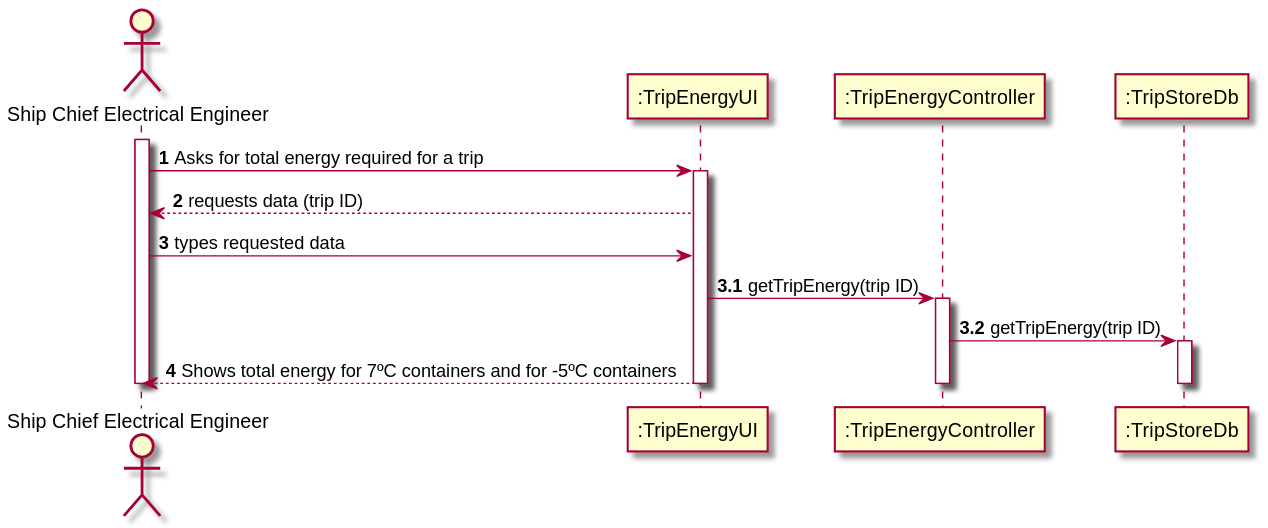
The PlantUML diagram docs/Sprint 4/US/US413/US413_SD.svg in 1190772/LAB-Project-3, before a commit.
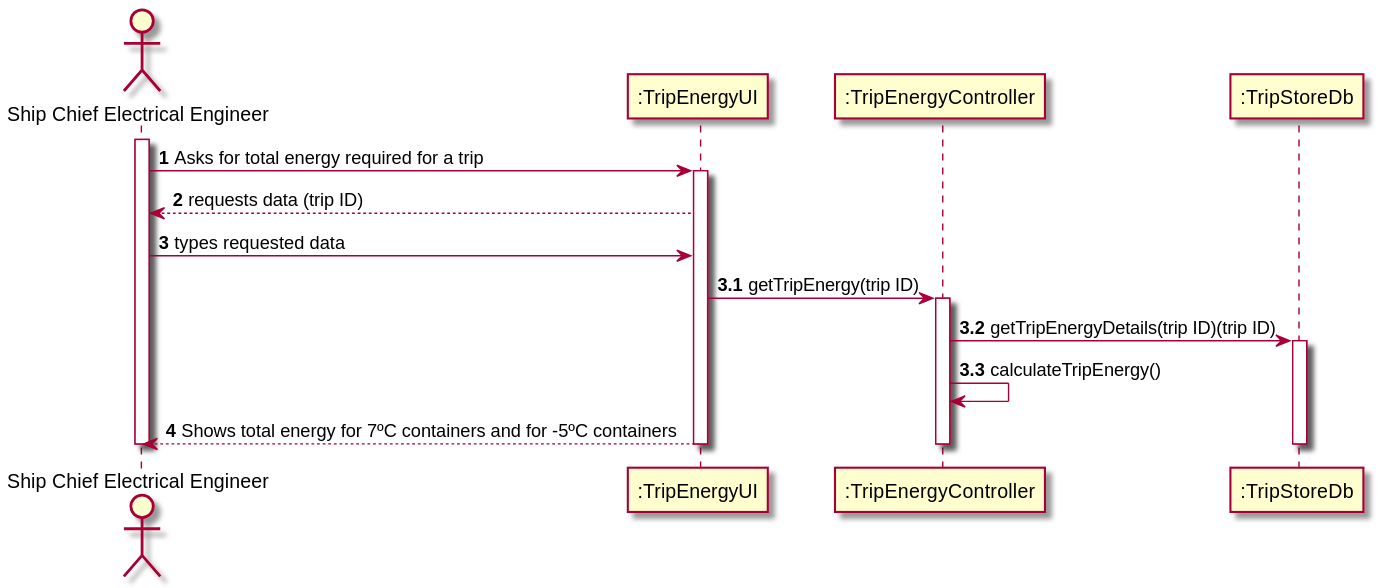
Above is the later version.

Change to the diagram source:
```diff
@@ -21,8 +21,10 @@
 UI -> CTRL : getTripEnergy(trip ID)
 activate CTRL
 
-CTRL -> TRIPS : getTripEnergy(trip ID)
+CTRL -> TRIPS : getTripEnergyDetails(trip ID)(trip ID)
 activate TRIPS
+
+CTRL -> CTRL : calculateTripEnergy()
 
 autonumber 4
 
```
